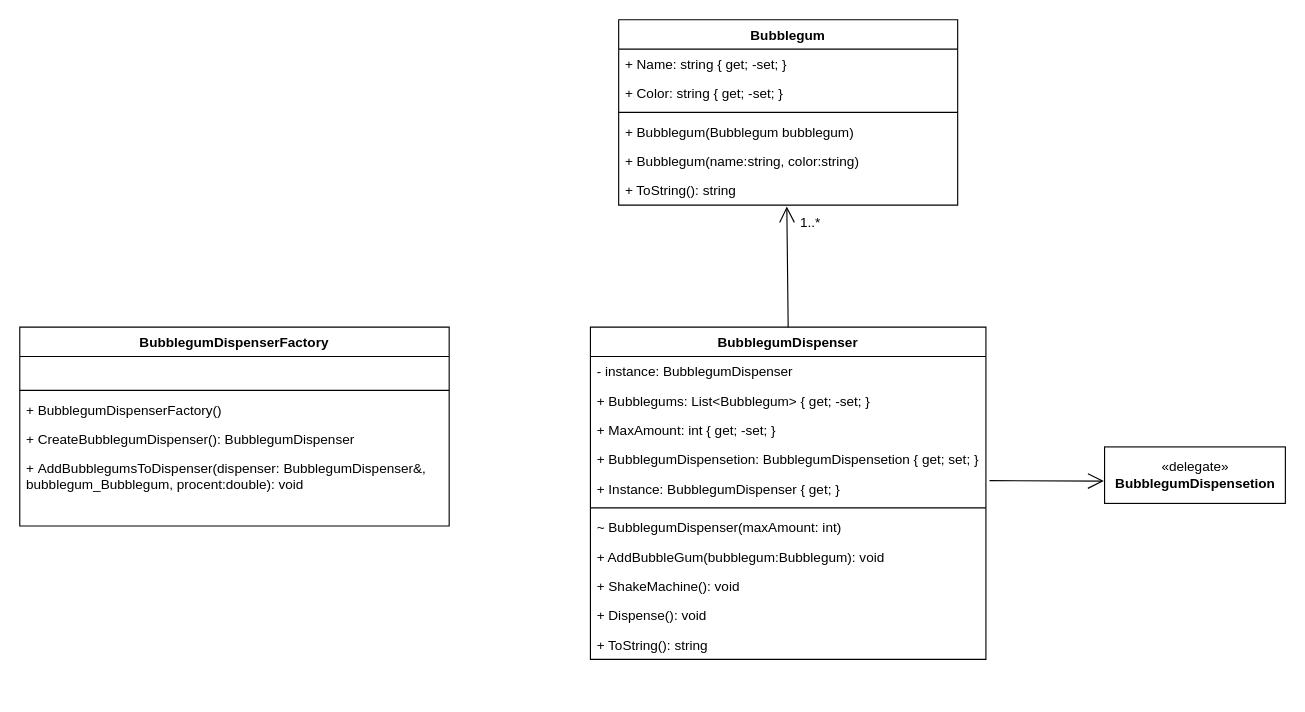
This is Class Diagram.drawio from jonash871j/H2-ChewAndPhew, a draw.io file, before an edit. Source tidied: cells renumbered, new cells numbered last; positions are measured from the earlier drawing's top-left corner, leaving out a move shared by most shapes. Both pictures are drawn from the tidied source at 113%, with x=0, y=0 at pixel (19, 19).
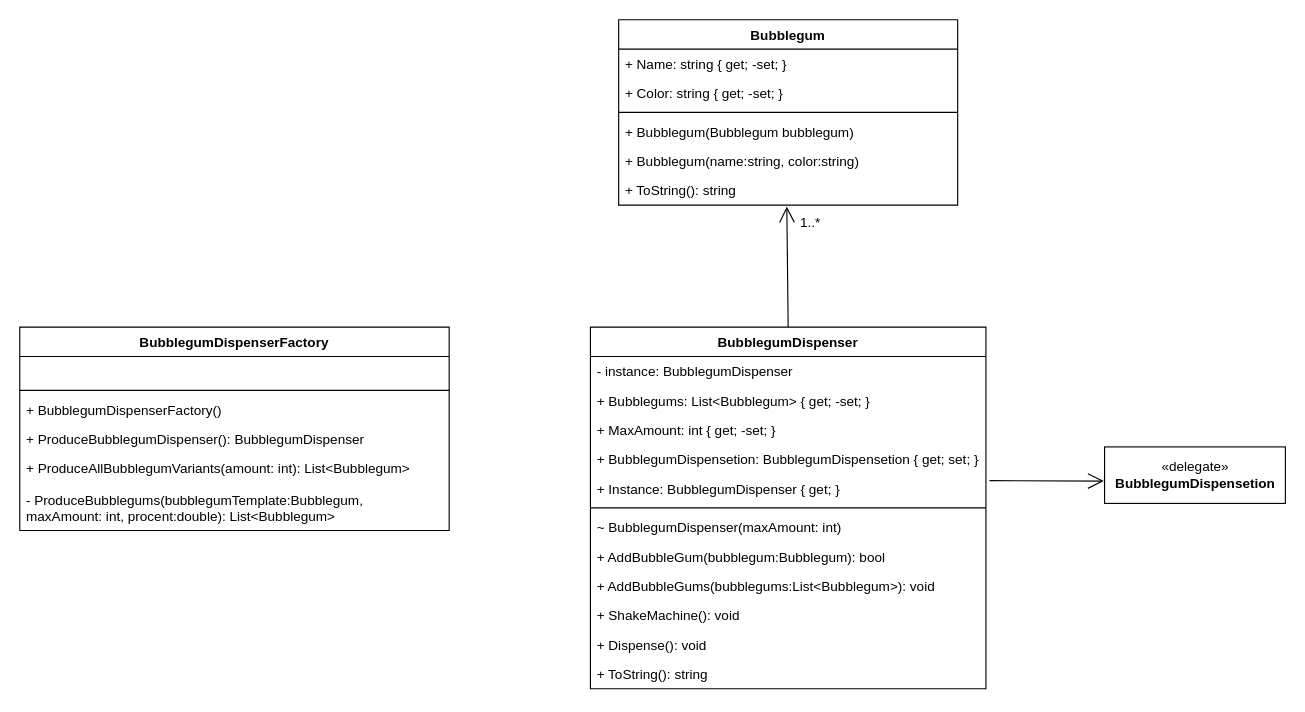
The same page after the edit.

What changed in the source:
```diff
@@
     <mxCell id="2" value="BubblegumDispenser" style="swimlane;fontStyle=1;align=center;verticalAlign=top;horizontal=1;startSize=26;" parent="1" vertex="1">
-      <mxGeometry x="505" y="272" width="350" height="294" as="geometry" />
+      <mxGeometry x="505" y="272" width="350" height="320" as="geometry" />
     </mxCell>
@@
+    <mxCell id="32" value="+ AddBubbleGum(bubblegum:Bubblegum): bool" style="text;strokeColor=none;fillColor=none;align=left;verticalAlign=top;spacingLeft=4;spacingRight=4;overflow=hidden;" parent="2" vertex="1">
+      <mxGeometry y="190" width="350" height="26" as="geometry" />
+    </mxCell>
-    <mxCell id="10" value="+ AddBubbleGum(bubblegum:Bubblegum): void" style="text;strokeColor=none;fillColor=none;align=left;verticalAlign=top;spacingLeft=4;spacingRight=4;overflow=hidden;" parent="2" vertex="1">
-      <mxGeometry y="190" width="350" height="26" as="geometry" />
+    <mxCell id="10" value="+ AddBubbleGums(bubblegums:List&lt;Bubblegum&gt;): void" style="text;strokeColor=none;fillColor=none;align=left;verticalAlign=top;spacingLeft=4;spacingRight=4;overflow=hidden;" parent="2" vertex="1">
+      <mxGeometry y="216" width="350" height="26" as="geometry" />
     </mxCell>
     <mxCell id="11" value="+ ShakeMachine(): void" style="text;strokeColor=none;fillColor=none;align=left;verticalAlign=top;spacingLeft=4;spacingRight=4;overflow=hidden;" parent="2" vertex="1">
-      <mxGeometry y="216" width="350" height="26" as="geometry" />
+      <mxGeometry y="242" width="350" height="26" as="geometry" />
     </mxCell>
     <mxCell id="12" value="+ Dispense(): void" style="text;strokeColor=none;fillColor=none;align=left;verticalAlign=top;spacingLeft=4;spacingRight=4;overflow=hidden;" parent="2" vertex="1">
-      <mxGeometry y="242" width="350" height="26" as="geometry" />
+      <mxGeometry y="268" width="350" height="26" as="geometry" />
     </mxCell>
     <mxCell id="13" value="+ ToString(): string" style="text;strokeColor=none;fillColor=none;align=left;verticalAlign=top;spacingLeft=4;spacingRight=4;overflow=hidden;" parent="2" vertex="1">
-      <mxGeometry y="268" width="350" height="26" as="geometry" />
+      <mxGeometry y="294" width="350" height="26" as="geometry" />
     </mxCell>
@@
     <mxCell id="21" value="BubblegumDispenserFactory" style="swimlane;fontStyle=1;align=center;verticalAlign=top;horizontal=1;startSize=26;" parent="1" vertex="1">
-      <mxGeometry y="272" width="380" height="176" as="geometry" />
+      <mxGeometry y="272" width="380" height="180" as="geometry" />
     </mxCell>
@@
-    <mxCell id="25" value="+ CreateBubblegumDispenser(): BubblegumDispenser" style="text;strokeColor=none;fillColor=none;align=left;verticalAlign=top;spacingLeft=4;spacingRight=4;overflow=hidden;" parent="21" vertex="1">
+    <mxCell id="25" value="+ ProduceBubblegumDispenser(): BubblegumDispenser" style="text;strokeColor=none;fillColor=none;align=left;verticalAlign=top;spacingLeft=4;spacingRight=4;overflow=hidden;" parent="21" vertex="1">
       <mxGeometry y="86" width="380" height="26" as="geometry" />
     </mxCell>
-    <mxCell id="26" value="+ AddBubblegumsToDispenser(dispenser: BubblegumDispenser&amp;, &#10;bubblegum_Bubblegum, procent:double): void" style="text;strokeColor=none;fillColor=none;align=left;verticalAlign=top;spacingLeft=4;spacingRight=4;overflow=hidden;" parent="21" vertex="1">
-      <mxGeometry y="112" width="380" height="38" as="geometry" />
+    <mxCell id="26" value="+ ProduceAllBubblegumVariants(amount: int): List&lt;Bubblegum&gt;" style="text;strokeColor=none;fillColor=none;align=left;verticalAlign=top;spacingLeft=4;spacingRight=4;overflow=hidden;" parent="21" vertex="1">
+      <mxGeometry y="112" width="380" height="28" as="geometry" />
     </mxCell>
-    <mxCell id="27" value=" " style="text;strokeColor=none;fillColor=none;align=left;verticalAlign=top;spacingLeft=4;spacingRight=4;overflow=hidden;" parent="21" vertex="1">
-      <mxGeometry y="150" width="380" height="26" as="geometry" />
+    <mxCell id="27" value="- ProduceBubblegums(bubblegumTemplate:Bubblegum, &#10;maxAmount: int, procent:double): List&lt;Bubblegum&gt;" style="text;strokeColor=none;fillColor=none;align=left;verticalAlign=top;spacingLeft=4;spacingRight=4;overflow=hidden;" parent="21" vertex="1">
+      <mxGeometry y="140" width="380" height="40" as="geometry" />
     </mxCell>
```
